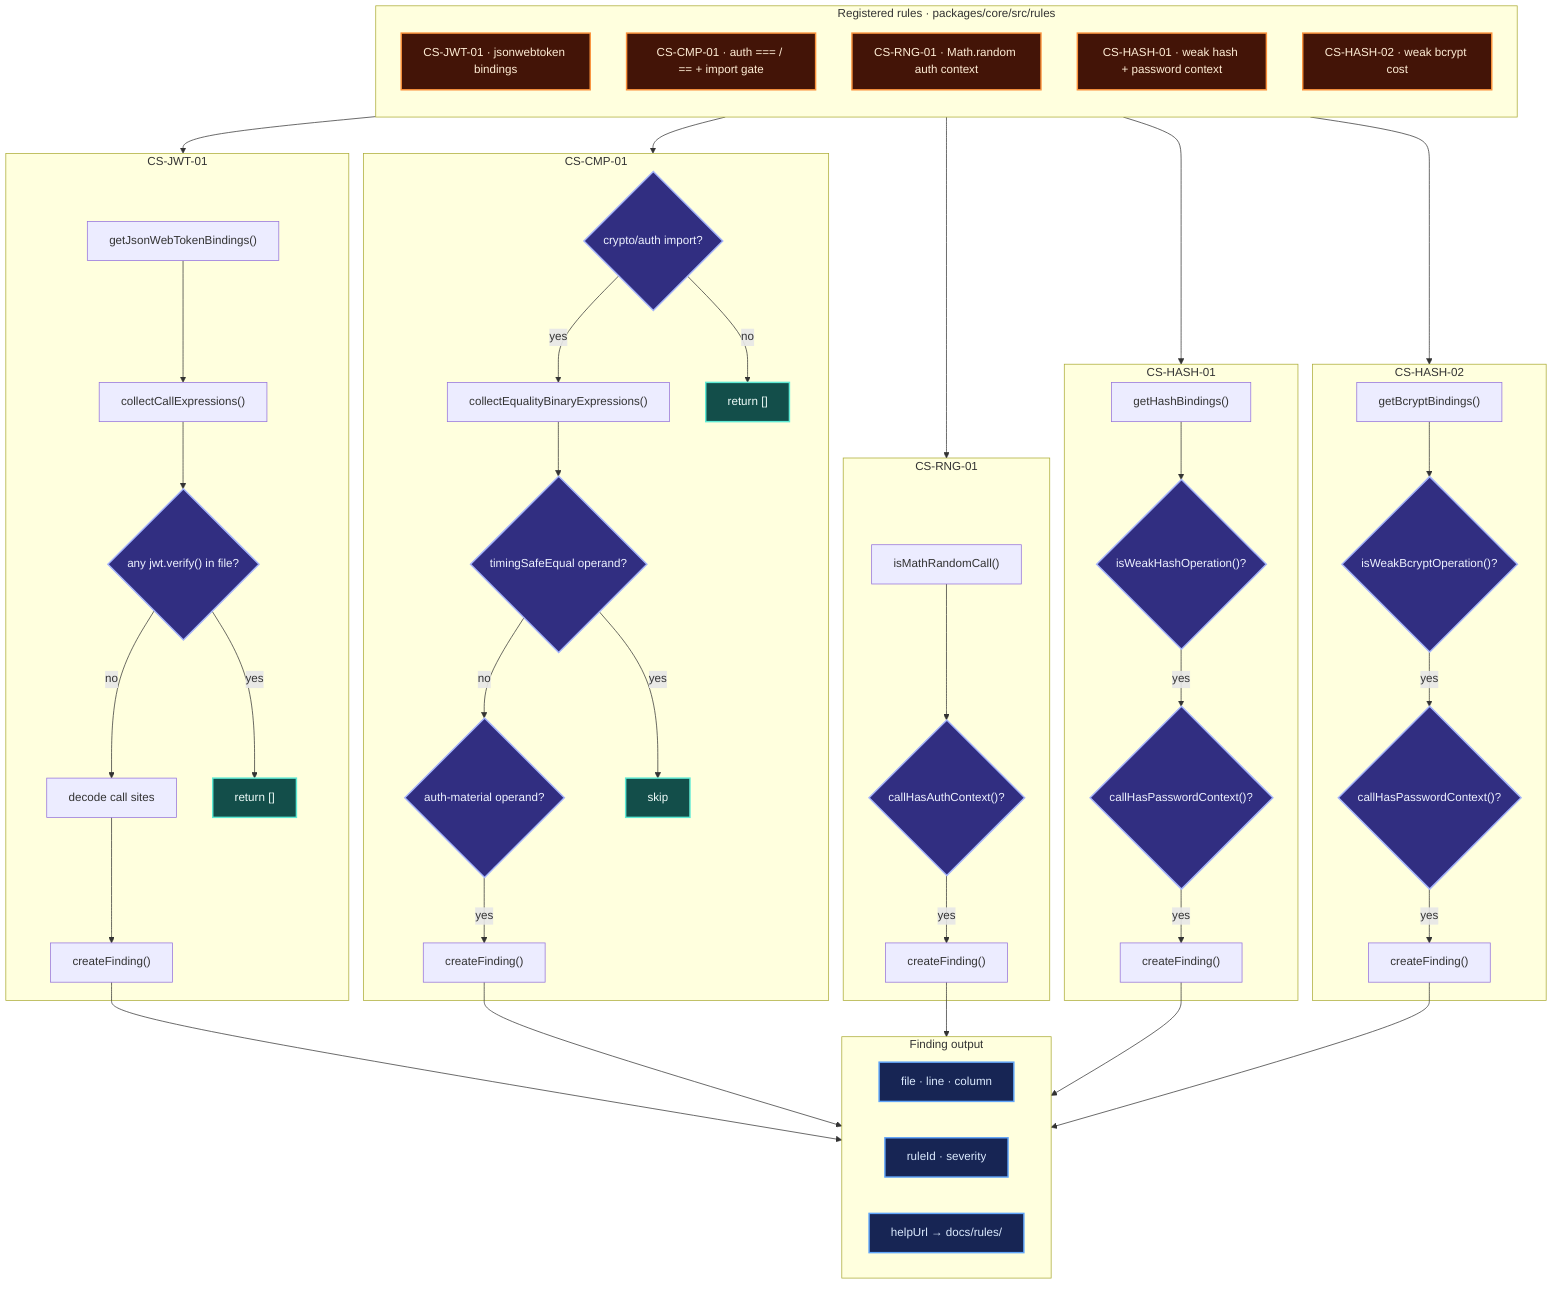
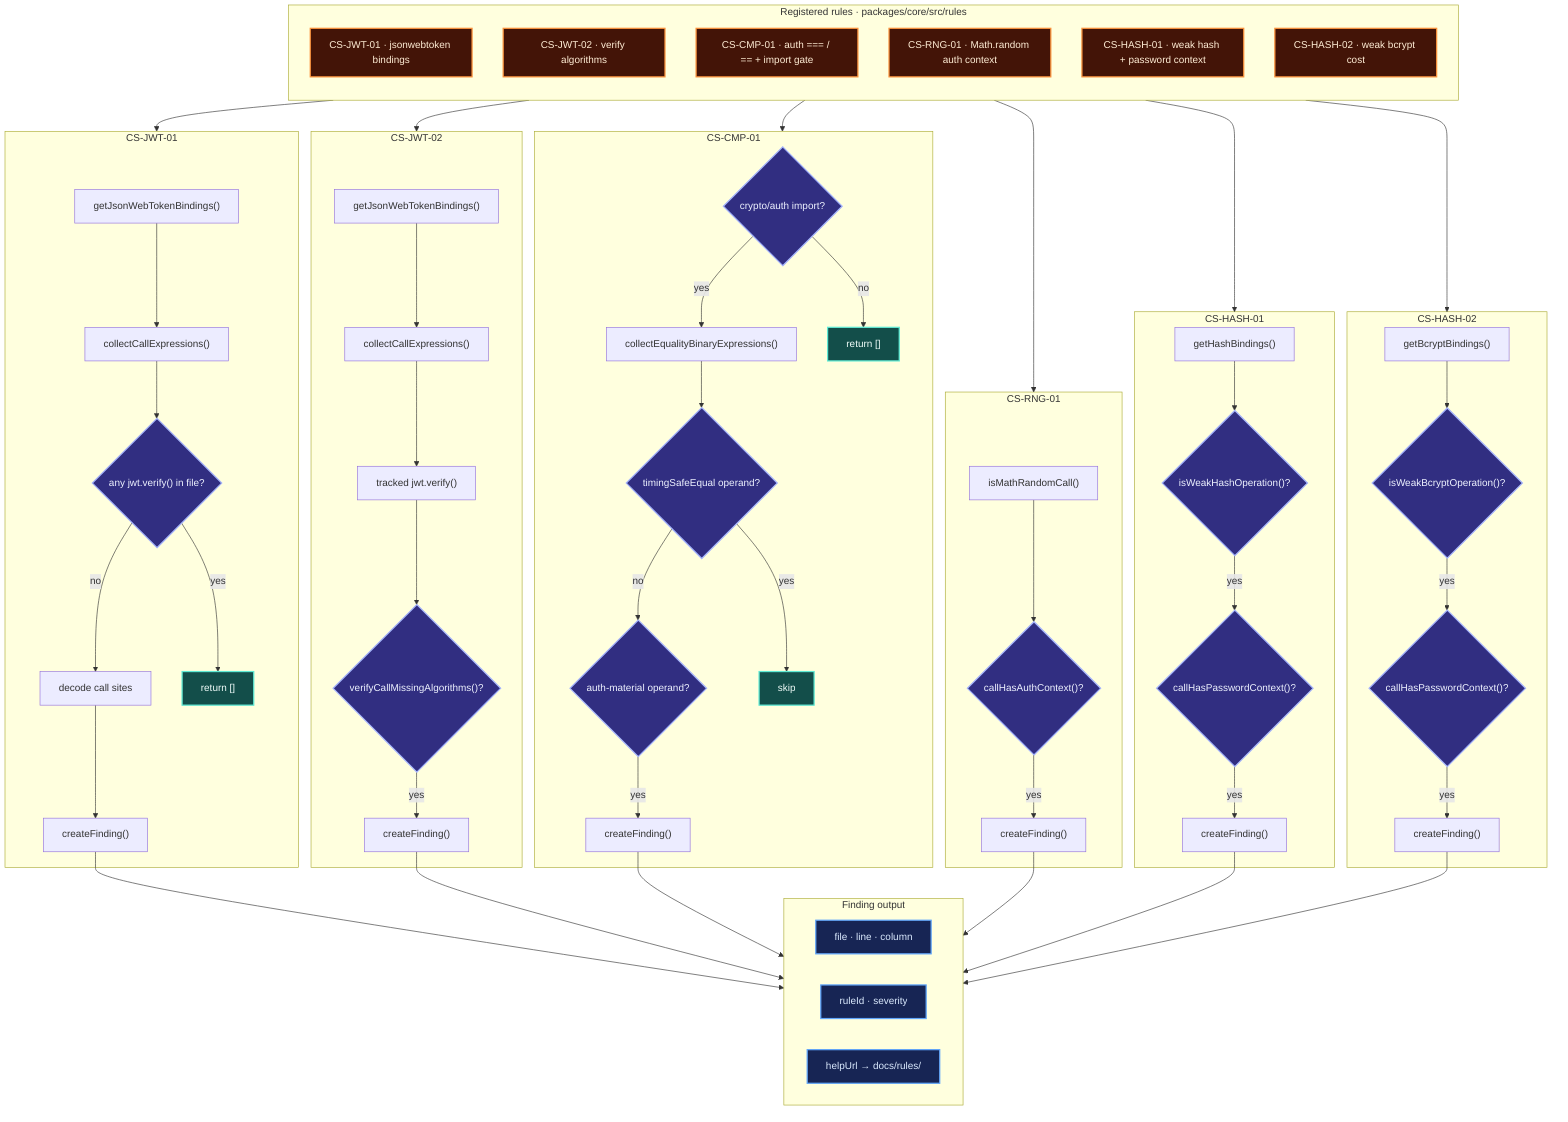
flowchart TB
	subgraph RULES["Registered rules · packages/core/src/rules"]
		direction TB
		JWT["CS-JWT-01 · jsonwebtoken bindings"]
+ 		JWT2["CS-JWT-02 · verify algorithms"]
		CMP["CS-CMP-01 · auth === / == + import gate"]
		RNG["CS-RNG-01 · Math.random auth context"]
		HASH["CS-HASH-01 · weak hash + password context"]
		HASH2["CS-HASH-02 · weak bcrypt cost"]
	end

	subgraph JWT_FLOW["CS-JWT-01"]
		BIND["getJsonWebTokenBindings()"]
		WALK["collectCallExpressions()"]
		VERIFY{"any jwt.verify() in file?"}
		DECODE["decode call sites"]
		BIND --> WALK --> VERIFY
		VERIFY -->|yes| JCLEAN["return []"]
		VERIFY -->|no| DECODE --> JFIND["createFinding()"]
+ 	end
+ 
+ 	subgraph JWT2_FLOW["CS-JWT-02"]
+ 		BIND2["getJsonWebTokenBindings()"]
+ 		WALK2["collectCallExpressions()"]
+ 		VMATCH["tracked jwt.verify()"]
+ 		VALG{"verifyCallMissingAlgorithms()?"}
+ 		BIND2 --> WALK2 --> VMATCH --> VALG
+ 		VALG -->|yes| J2FIND["createFinding()"]
	end

	subgraph CMP_FLOW["CS-CMP-01"]
		GATE{"crypto/auth import?"}
		BIN["collectEqualityBinaryExpressions()"]
		AUTH{"auth-material operand?"}
		SAFE{"timingSafeEqual operand?"}
		GATE -->|no| CCLEAN["return []"]
		GATE -->|yes| BIN --> SAFE
		SAFE -->|yes| CSKIP["skip"]
		SAFE -->|no| AUTH -->|yes| CFIND["createFinding()"]
	end

	subgraph RNG_FLOW["CS-RNG-01"]
		MR["isMathRandomCall()"]
		CTX{"callHasAuthContext()?"}
		MR --> CTX
		CTX -->|yes| RFIND["createFinding()"]
	end

	subgraph HASH_FLOW["CS-HASH-01"]
		HBIND["getHashBindings()"]
		WEAK{"isWeakHashOperation()?"}
		PWD{"callHasPasswordContext()?"}
		HBIND --> WEAK
		WEAK -->|yes| PWD
		PWD -->|yes| HFIND["createFinding()"]
	end

	subgraph HASH2_FLOW["CS-HASH-02"]
		BBIND["getBcryptBindings()"]
		COST{"isWeakBcryptOperation()?"}
		PWD2{"callHasPasswordContext()?"}
		BBIND --> COST
		COST -->|yes| PWD2
		PWD2 -->|yes| H2FIND["createFinding()"]
	end

	subgraph REPORT["Finding output"]
		direction LR
		LOC["file · line · column"]
		MSG["ruleId · severity"]
		DOC["helpUrl → docs/rules/"]
	end

	JWT --> JWT_FLOW
+ 	JWT2 --> JWT2_FLOW
	CMP --> CMP_FLOW
	RNG --> RNG_FLOW
	HASH --> HASH_FLOW
	HASH2 --> HASH2_FLOW
	JFIND --> REPORT
+ 	J2FIND --> REPORT
	CFIND --> REPORT
	RFIND --> REPORT
	HFIND --> REPORT
	H2FIND --> REPORT

	classDef rule fill:#431407,stroke:#fb923c,stroke-width:2px,color:#ffedd5
	classDef decision fill:#312e81,stroke:#a5b4fc,stroke-width:2px,color:#eef2ff
	classDef clean fill:#134e4a,stroke:#5eead4,stroke-width:2px,color:#f0fdfa
	classDef report fill:#172554,stroke:#60a5fa,stroke-width:2px,color:#dbeafe

- 	class JWT,CMP,RNG,HASH,HASH2 rule
- 	class VERIFY,GATE,AUTH,SAFE,CTX,WEAK,PWD,COST,PWD2 decision
+ 	class JWT,JWT2,CMP,RNG,HASH,HASH2 rule
+ 	class VERIFY,GATE,AUTH,SAFE,CTX,WEAK,PWD,COST,PWD2,VALG decision
	class JCLEAN,CCLEAN,CSKIP clean
	class LOC,MSG,DOC report
